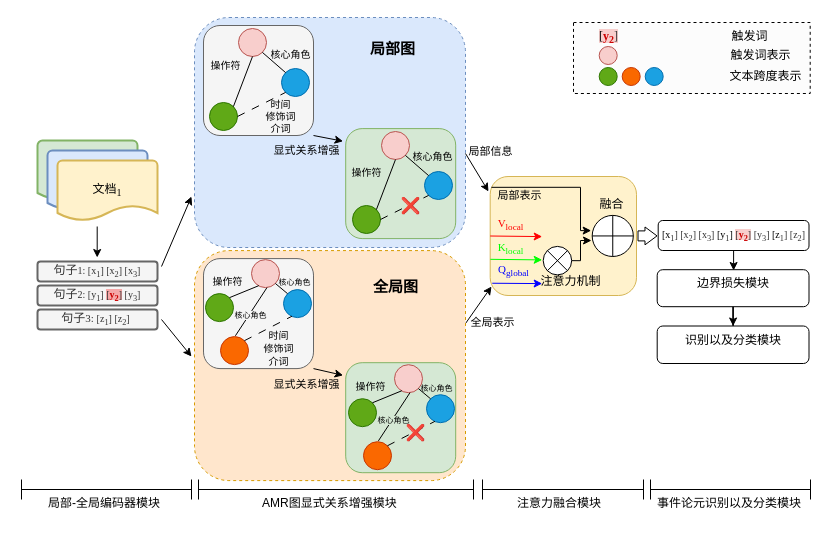
Earlier version of the draw.io diagram work1/model-中文版.drawio (crawlerWPS/drawing). Source tidied: cells renumbered, new cells numbered last; positions are measured from the earlier drawing's top-left corner, leaving out a move shared by most shapes. Both pictures are drawn from the tidied source at 100%, with x=0, y=0 at pixel (21, 17).
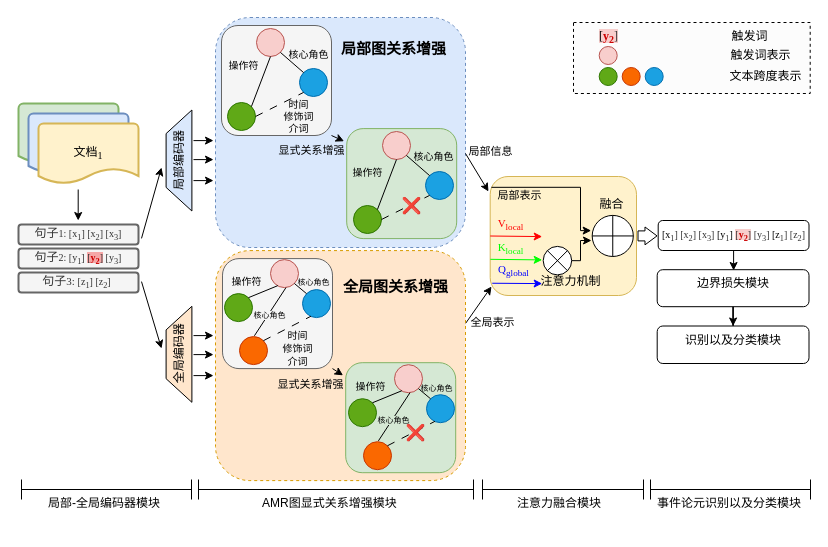
The same diagram, later.

Commit message:
更新model-中文版.drawio

The change refers to these unchanged cells:
```xml
<mxCell id="17" style="edgeStyle=none;jettySize=auto;html=1;rounded=0;entryX=-0.024;entryY=0.115;entryDx=0;entryDy=0;entryPerimeter=0;exitX=1;exitY=1;exitDx=0;exitDy=0;" parent="1" edge="1" source="3" target="16">
  <mxGeometry relative="1" as="geometry" />
</mxCell>
<mxCell id="71" style="edgeStyle=none;jettySize=auto;html=1;rounded=0;entryX=-0.024;entryY=0.115;entryDx=0;entryDy=0;entryPerimeter=0;exitX=1;exitY=1;exitDx=0;exitDy=0;" parent="1" edge="1" source="69" target="70">
  <mxGeometry relative="1" as="geometry" />
</mxCell>
```

The edit, as a diff of the source:
```diff
@@
     <mxCell id="2" style="rounded=1;whiteSpace=wrap;html=1;fillStyle=auto;dashed=1;glass=0;perimeterSpacing=0;fillColor=#dae8fc;strokeColor=#6c8ebf;" parent="1" vertex="1">
-      <mxGeometry x="173" width="271" height="230" as="geometry" />
+      <mxGeometry x="194" width="250" height="230" as="geometry" />
     </mxCell>
     <mxCell id="3" style="rounded=1;whiteSpace=wrap;html=1;fillColor=#f5f5f5;fontColor=#333333;strokeColor=#666666;" parent="1" vertex="1">
-      <mxGeometry x="182" y="8" width="110" height="110" as="geometry" />
+      <mxGeometry x="200" y="8" width="110" height="110" as="geometry" />
     </mxCell>
     <mxCell id="4" style="strokeWidth=2;html=1;shape=mxgraph.flowchart.document2;whiteSpace=wrap;size=0.25;fillColor=#d5e8d4;strokeColor=#82b366;" parent="1" vertex="1">
-      <mxGeometry x="16" y="123" width="100" height="60" as="geometry" />
+      <mxGeometry x="-3" y="86" width="100" height="60" as="geometry" />
     </mxCell>
     <mxCell id="5" style="strokeWidth=2;html=1;shape=mxgraph.flowchart.document2;whiteSpace=wrap;size=0.25;fillColor=#dae8fc;strokeColor=#6c8ebf;" parent="1" vertex="1">
-      <mxGeometry x="26" y="133" width="100" height="60" as="geometry" />
+      <mxGeometry x="7" y="96" width="100" height="60" as="geometry" />
     </mxCell>
     <mxCell id="6" value="&lt;font face=&quot;宋体-简&quot;&gt;文档&lt;/font&gt;&lt;sub style=&quot;&quot;&gt;&lt;font face=&quot;Times New Roman&quot;&gt;1&lt;/font&gt;&lt;/sub&gt;" style="strokeWidth=2;html=1;shape=mxgraph.flowchart.document2;whiteSpace=wrap;size=0.25;fillColor=#fff2cc;strokeColor=#d6b656;" parent="1" vertex="1">
-      <mxGeometry x="36" y="143" width="100" height="60" as="geometry" />
+      <mxGeometry x="17" y="106" width="100" height="60" as="geometry" />
     </mxCell>
     <mxCell id="7" value="&lt;font face=&quot;宋体-简&quot;&gt;句子&lt;/font&gt;&lt;font style=&quot;font-size: 10px;&quot; face=&quot;Times New Roman&quot;&gt;1: [x&lt;sub&gt;1&lt;/sub&gt;] [x&lt;sub&gt;2&lt;/sub&gt;] [x&lt;sub&gt;3&lt;/sub&gt;]&lt;/font&gt;" style="rounded=1;whiteSpace=wrap;html=1;strokeWidth=2;fillColor=#f5f5f5;fontColor=#333333;strokeColor=#666666;" parent="1" vertex="1">
-      <mxGeometry x="16" y="244" width="120" height="20" as="geometry" />
+      <mxGeometry x="-3" y="207" width="120" height="20" as="geometry" />
     </mxCell>
     <mxCell id="8" value="&lt;font face=&quot;宋体-简&quot;&gt;句子&lt;/font&gt;&lt;font style=&quot;font-size: 10px;&quot; face=&quot;Times New Roman&quot;&gt;2: [y&lt;sub&gt;1&lt;/sub&gt;] &lt;span style=&quot;background-color: rgb(245, 167, 167);&quot;&gt;[&lt;font style=&quot;font-size: 10px;&quot; color=&quot;#cc0000&quot;&gt;&lt;b&gt;y&lt;sub&gt;2&lt;/sub&gt;&lt;/b&gt;&lt;/font&gt;]&lt;/span&gt; [y&lt;sub&gt;3&lt;/sub&gt;]&lt;/font&gt;" style="rounded=1;whiteSpace=wrap;html=1;strokeWidth=2;fillColor=#f5f5f5;fontColor=#333333;strokeColor=#666666;" parent="1" vertex="1">
-      <mxGeometry x="16" y="268" width="120" height="20" as="geometry" />
+      <mxGeometry x="-3" y="231" width="120" height="20" as="geometry" />
     </mxCell>
     <mxCell id="9" value="&lt;font face=&quot;宋体-简&quot;&gt;句子&lt;/font&gt;&lt;font style=&quot;font-size: 10px;&quot; face=&quot;Times New Roman&quot;&gt;&lt;span style=&quot;font-size: 11px;&quot;&gt;3: &lt;/span&gt;&lt;font style=&quot;font-size: 10px;&quot;&gt;[z&lt;sub style=&quot;&quot;&gt;1&lt;/sub&gt;] [z&lt;sub style=&quot;&quot;&gt;2&lt;/sub&gt;]&lt;/font&gt;&lt;/font&gt;&lt;font style=&quot;font-size: 11px;&quot;&gt;&amp;nbsp;&lt;/font&gt;" style="rounded=1;whiteSpace=wrap;html=1;strokeWidth=2;fillColor=#f5f5f5;fontColor=#333333;strokeColor=#666666;" parent="1" vertex="1">
-      <mxGeometry x="16" y="292" width="120" height="20" as="geometry" />
+      <mxGeometry x="-3" y="255" width="120" height="20" as="geometry" />
     </mxCell>
@@
     <mxCell id="14" style="edgeStyle=none;orthogonalLoop=1;jettySize=auto;html=1;rounded=0;" parent="1" edge="1">
       <mxGeometry relative="1" as="geometry">
-        <mxPoint x="140" y="249" as="sourcePoint" />
-        <mxPoint x="170" y="179" as="targetPoint" />
+        <mxPoint x="120" y="220.9" as="sourcePoint" />
+        <mxPoint x="140" y="150" as="targetPoint" />
       </mxGeometry>
     </mxCell>
     <mxCell id="15" style="edgeStyle=none;orthogonalLoop=1;jettySize=auto;html=1;rounded=0;" parent="1" edge="1">
       <mxGeometry relative="1" as="geometry">
-        <mxPoint x="140" y="302" as="sourcePoint" />
-        <mxPoint x="170" y="339" as="targetPoint" />
+        <mxPoint x="120" y="264.1" as="sourcePoint" />
+        <mxPoint x="140" y="331" as="targetPoint" />
       </mxGeometry>
     </mxCell>
     <mxCell id="16" style="rounded=1;whiteSpace=wrap;html=1;fillColor=#d5e8d4;strokeColor=#82b366;" parent="1" vertex="1">
-      <mxGeometry x="324.2" y="111.1" width="110" height="110" as="geometry" />
+      <mxGeometry x="325.2" y="111.1" width="110" height="110" as="geometry" />
     </mxCell>
@@
     <mxCell id="18" value="&lt;font face=&quot;宋体-简&quot;&gt;显式关系增强&lt;/font&gt;" style="edgeLabel;html=1;align=center;verticalAlign=middle;labelBackgroundColor=#dae8fc;" parent="17" vertex="1">
       <mxGeometry x="-0.42" relative="1" as="geometry">
-        <mxPoint x="-16" y="13" as="offset" />
+        <mxPoint x="-24" y="13" as="offset" />
       </mxGeometry>
     </mxCell>
     <mxCell id="19" style="ellipse;whiteSpace=wrap;html=1;fillColor=#f8cecc;strokeColor=#b85450;" parent="1" vertex="1">
-      <mxGeometry x="217" y="11" width="28" height="28" as="geometry" />
+      <mxGeometry x="235" y="11" width="28" height="28" as="geometry" />
     </mxCell>
     <mxCell id="20" style="ellipse;whiteSpace=wrap;html=1;fillColor=#1ba1e2;fontColor=#ffffff;strokeColor=#006EAF;" parent="1" vertex="1">
-      <mxGeometry x="260" y="51" width="28" height="28" as="geometry" />
+      <mxGeometry x="278" y="51" width="28" height="28" as="geometry" />
     </mxCell>
     <mxCell id="21" style="ellipse;whiteSpace=wrap;html=1;fillColor=#60a917;fontColor=#ffffff;strokeColor=#2D7600;" parent="1" vertex="1">
-      <mxGeometry x="188" y="85" width="28" height="28" as="geometry" />
+      <mxGeometry x="206" y="85" width="28" height="28" as="geometry" />
     </mxCell>
@@
-    <mxCell id="42" value="&lt;font face=&quot;宋体-简&quot; style=&quot;font-size: 15px;&quot;&gt;&lt;b&gt;局部图&lt;/b&gt;&lt;/font&gt;" style="text;html=1;align=center;verticalAlign=middle;strokeColor=none;fillColor=none;" parent="1" vertex="1">
-      <mxGeometry x="336.2" y="16" width="70" height="30" as="geometry" />
+    <mxCell id="42" value="&lt;font face=&quot;宋体-简&quot; style=&quot;font-size: 15px;&quot;&gt;&lt;b&gt;局部图关系增强&lt;/b&gt;&lt;/font&gt;" style="text;html=1;align=center;verticalAlign=middle;strokeColor=none;fillColor=none;" parent="1" vertex="1">
+      <mxGeometry x="307.2" y="16" width="130" height="30" as="geometry" />
     </mxCell>
@@
     <mxCell id="58" style="endArrow=classic;html=1;rounded=0;" parent="1" edge="1">
       <mxGeometry relative="1" as="geometry">
-        <mxPoint x="75.7" y="209" as="sourcePoint" />
-        <mxPoint x="75.7" y="240" as="targetPoint" />
+        <mxPoint x="56.7" y="172" as="sourcePoint" />
+        <mxPoint x="56.7" y="203" as="targetPoint" />
       </mxGeometry>
     </mxCell>
     <mxCell id="59" style="ellipse;whiteSpace=wrap;html=1;fillColor=#f8cecc;strokeColor=#b85450;" parent="1" vertex="1">
-      <mxGeometry x="360" y="114" width="28" height="28" as="geometry" />
+      <mxGeometry x="361" y="114" width="28" height="28" as="geometry" />
     </mxCell>
     <mxCell id="60" style="ellipse;whiteSpace=wrap;html=1;fillColor=#1ba1e2;fontColor=#ffffff;strokeColor=#006EAF;" parent="1" vertex="1">
-      <mxGeometry x="403" y="154" width="28" height="28" as="geometry" />
+      <mxGeometry x="404" y="154" width="28" height="28" as="geometry" />
     </mxCell>
     <mxCell id="61" style="ellipse;whiteSpace=wrap;html=1;fillColor=#60a917;fontColor=#ffffff;strokeColor=#2D7600;" parent="1" vertex="1">
-      <mxGeometry x="331" y="188" width="28" height="28" as="geometry" />
+      <mxGeometry x="332" y="188" width="28" height="28" as="geometry" />
     </mxCell>
@@
     <mxCell id="68" style="rounded=1;whiteSpace=wrap;html=1;fillStyle=auto;dashed=1;glass=0;perimeterSpacing=0;fillColor=#ffe6cc;strokeColor=#d79b00;" parent="1" vertex="1">
-      <mxGeometry x="173" y="233.1" width="271" height="230" as="geometry" />
+      <mxGeometry x="194" y="233.1" width="250" height="230" as="geometry" />
     </mxCell>
     <mxCell id="69" style="rounded=1;whiteSpace=wrap;html=1;fillColor=#f5f5f5;fontColor=#333333;strokeColor=#666666;" parent="1" vertex="1">
-      <mxGeometry x="182" y="241.1" width="110" height="110" as="geometry" />
+      <mxGeometry x="201" y="241.1" width="110" height="110" as="geometry" />
     </mxCell>
@@
     <mxCell id="72" value="&lt;font face=&quot;宋体-简&quot;&gt;显式关系增强&lt;/font&gt;" style="edgeLabel;html=1;align=center;verticalAlign=middle;labelBackgroundColor=#ffe6cc;" parent="71" vertex="1">
       <mxGeometry x="-0.42" relative="1" as="geometry">
-        <mxPoint x="-16" y="13" as="offset" />
+        <mxPoint x="-26" y="13" as="offset" />
       </mxGeometry>
     </mxCell>
     <mxCell id="73" style="ellipse;whiteSpace=wrap;html=1;fillColor=#f8cecc;strokeColor=#b85450;" parent="1" vertex="1">
-      <mxGeometry x="230" y="242.1" width="28" height="28" as="geometry" />
+      <mxGeometry x="249" y="242.1" width="28" height="28" as="geometry" />
     </mxCell>
     <mxCell id="74" style="ellipse;whiteSpace=wrap;html=1;fillColor=#1ba1e2;fontColor=#ffffff;strokeColor=#006EAF;" parent="1" vertex="1">
-      <mxGeometry x="262" y="272.1" width="28" height="28" as="geometry" />
+      <mxGeometry x="281" y="272.1" width="28" height="28" as="geometry" />
     </mxCell>
     <mxCell id="75" style="ellipse;whiteSpace=wrap;html=1;fillColor=#60a917;fontColor=#ffffff;strokeColor=#2D7600;" parent="1" vertex="1">
-      <mxGeometry x="184" y="276.1" width="28" height="28" as="geometry" />
+      <mxGeometry x="203" y="276.1" width="28" height="28" as="geometry" />
     </mxCell>
@@
     <mxCell id="80" style="ellipse;whiteSpace=wrap;html=1;fillColor=#fa6800;fontColor=#000000;strokeColor=#C73500;" parent="1" vertex="1">
-      <mxGeometry x="199" y="319.1" width="28" height="28" as="geometry" />
+      <mxGeometry x="218" y="319.1" width="28" height="28" as="geometry" />
     </mxCell>
@@
-    <mxCell id="96" value="&lt;span style=&quot;font-size: 15px;&quot;&gt;&lt;b&gt;&lt;font face=&quot;宋体-简&quot;&gt;全局图&lt;/font&gt;&lt;/b&gt;&lt;/span&gt;" style="text;html=1;align=center;verticalAlign=middle;strokeColor=none;fillColor=none;" parent="1" vertex="1">
-      <mxGeometry x="339.2" y="254.1" width="70" height="30" as="geometry" />
+    <mxCell id="96" value="&lt;span style=&quot;font-size: 15px;&quot;&gt;&lt;b&gt;&lt;font face=&quot;宋体-简&quot;&gt;全局图关系增强&lt;/font&gt;&lt;/b&gt;&lt;/span&gt;" style="text;html=1;align=center;verticalAlign=middle;strokeColor=none;fillColor=none;" parent="1" vertex="1">
+      <mxGeometry x="309.2" y="254.1" width="130" height="30" as="geometry" />
     </mxCell>
@@
+    <mxCell id="105" value="&lt;font face=&quot;宋体-简&quot;&gt;局部编码器&lt;/font&gt;" style="shape=trapezoid;perimeter=trapezoidPerimeter;whiteSpace=wrap;html=1;fixedSize=1;rotation=-90;size=23.600000000000023;fillColor=#dae8fc;" parent="1" vertex="1">
+      <mxGeometry x="107" y="130.1" width="101" height="25.8" as="geometry" />
+    </mxCell>
+    <mxCell id="106" value="&lt;font face=&quot;Times New Roman&quot;&gt;全局编码器&lt;/font&gt;" style="shape=trapezoid;perimeter=trapezoidPerimeter;whiteSpace=wrap;html=1;fixedSize=1;rotation=-90;size=23.600000000000023;fillColor=#ffe6cc;" parent="1" vertex="1">
+      <mxGeometry x="109.5" y="323.9" width="96" height="25.8" as="geometry" />
+    </mxCell>
+    <mxCell id="107" style="endArrow=classic;html=1;rounded=0;" parent="1" edge="1">
+      <mxGeometry relative="1" as="geometry">
+        <mxPoint x="172" y="142.1" as="sourcePoint" />
+        <mxPoint x="192" y="142.1" as="targetPoint" />
+      </mxGeometry>
+    </mxCell>
+    <mxCell id="108" style="endArrow=classic;html=1;rounded=0;" parent="1" edge="1">
+      <mxGeometry relative="1" as="geometry">
+        <mxPoint x="172" y="163.1" as="sourcePoint" />
+        <mxPoint x="192" y="163.1" as="targetPoint" />
+      </mxGeometry>
+    </mxCell>
+    <mxCell id="109" style="endArrow=classic;html=1;rounded=0;" parent="1" edge="1">
+      <mxGeometry relative="1" as="geometry">
+        <mxPoint x="172" y="123.1" as="sourcePoint" />
+        <mxPoint x="192" y="123.1" as="targetPoint" />
+      </mxGeometry>
+    </mxCell>
+    <mxCell id="110" style="endArrow=classic;html=1;rounded=0;" parent="1" edge="1">
+      <mxGeometry relative="1" as="geometry">
+        <mxPoint x="172" y="337.1" as="sourcePoint" />
+        <mxPoint x="192" y="337.1" as="targetPoint" />
+      </mxGeometry>
+    </mxCell>
+    <mxCell id="111" style="endArrow=classic;html=1;rounded=0;" parent="1" edge="1">
+      <mxGeometry relative="1" as="geometry">
+        <mxPoint x="172" y="358.1" as="sourcePoint" />
+        <mxPoint x="192" y="358.1" as="targetPoint" />
+      </mxGeometry>
+    </mxCell>
+    <mxCell id="112" style="endArrow=classic;html=1;rounded=0;" parent="1" edge="1">
+      <mxGeometry relative="1" as="geometry">
+        <mxPoint x="172" y="318.1" as="sourcePoint" />
+        <mxPoint x="192" y="318.1" as="targetPoint" />
+      </mxGeometry>
+    </mxCell>
```
